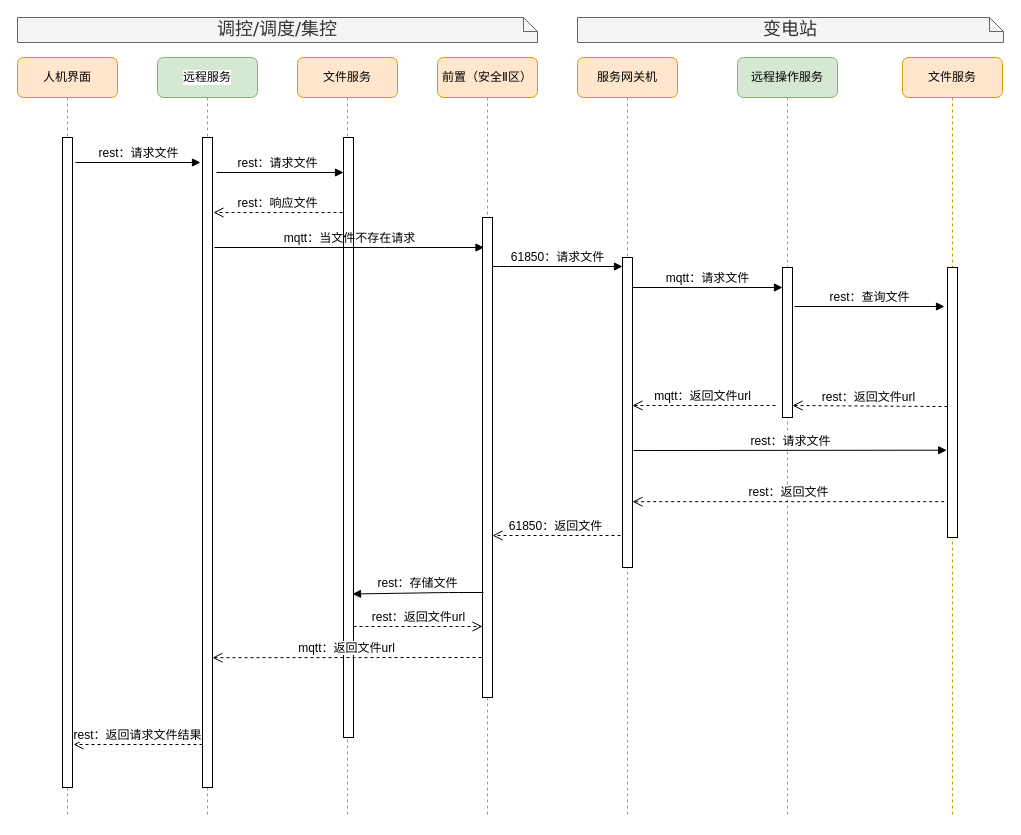
This is page "文件调阅" (3 of 4) of 远程服务.drawio from qwe995272801/taowenxiang, a draw.io file, before an edit. Source tidied: cells renumbered, new cells numbered last; positions are measured from the earlier drawing's top-left corner, leaving out a move shared by most shapes. Both pictures are drawn from the tidied source at 100%, with x=0, y=0 at pixel (17, 17).
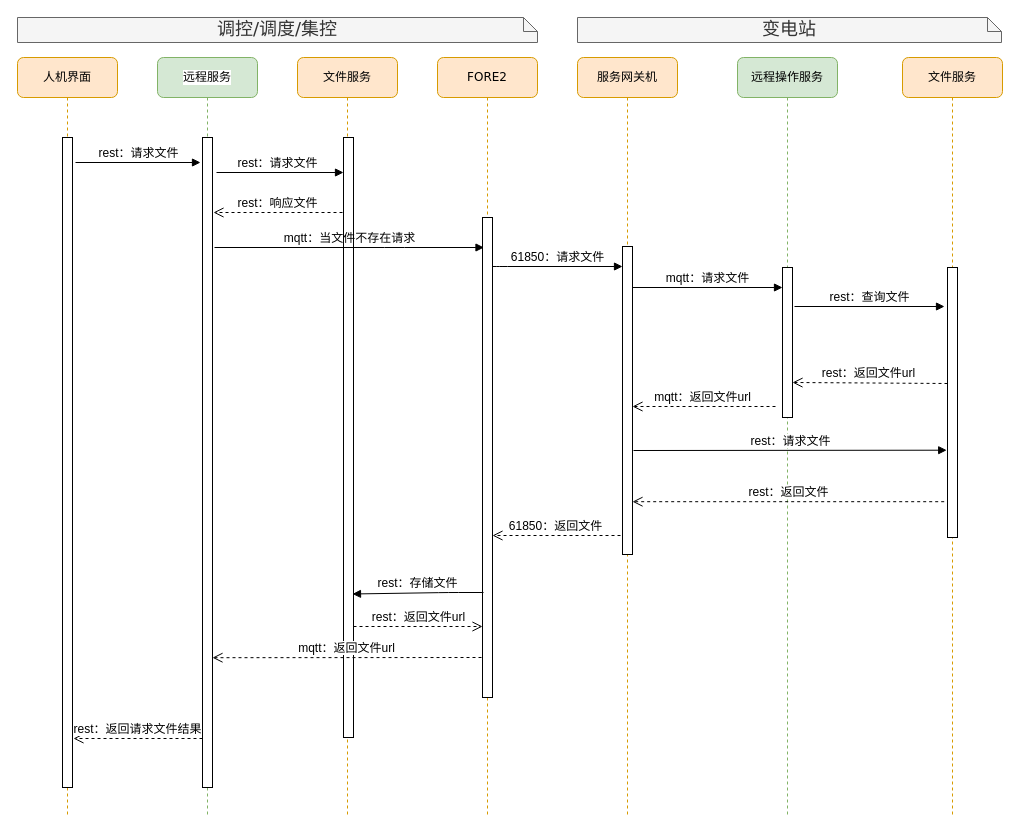
The same diagram, later.

Unchanged cells that the change refers to:
```xml
<mxCell id="10" style="html=1;points=[];perimeter=orthogonalPerimeter;rounded=0;shadow=0;comic=0;labelBackgroundColor=none;strokeWidth=1;fontFamily=Helvetica;fontSize=12;align=center;" parent="9" vertex="1">
  <mxGeometry x="45" y="210" width="10" height="270" as="geometry" />
</mxCell>
```

Diff of the diagram source:
```diff
@@
-    <mxCell id="4" value="前置（安全Ⅱ区）" style="shape=umlLifeline;perimeter=lifelinePerimeter;whiteSpace=wrap;html=1;rounded=1;shadow=0;comic=0;labelBackgroundColor=none;strokeWidth=1;fontFamily=Verdana;fontSize=12;align=center;fillColor=#ffe6cc;strokeColor=#d79b00;" parent="1" vertex="1">
+    <mxCell id="4" value="FORE2" style="shape=umlLifeline;perimeter=lifelinePerimeter;whiteSpace=wrap;html=1;rounded=1;shadow=0;comic=0;labelBackgroundColor=none;strokeWidth=1;fontFamily=Verdana;fontSize=12;align=center;fillColor=#ffe6cc;strokeColor=#d79b00;" parent="1" vertex="1">
       <mxGeometry x="420" y="40" width="100" height="760" as="geometry" />
     </mxCell>
@@
     <mxCell id="13" style="html=1;perimeter=orthogonalPerimeter;rounded=0;shadow=0;comic=0;labelBackgroundColor=none;strokeWidth=1;fontFamily=Helvetica;fontSize=12;align=center;" parent="1" vertex="1">
-      <mxGeometry x="605" y="240" width="10" height="310" as="geometry" />
+      <mxGeometry x="605" y="229" width="10" height="308" as="geometry" />
     </mxCell>
@@
     <mxCell id="17" value="&lt;font style=&quot;font-size: 18px&quot;&gt;变电站&lt;/font&gt;" style="shape=note;whiteSpace=wrap;html=1;size=14;verticalAlign=top;align=center;spacingTop=-6;rounded=0;shadow=0;comic=0;labelBackgroundColor=none;strokeWidth=1;fontFamily=Verdana;fontSize=12;fillColor=#f5f5f5;strokeColor=#666666;fontColor=#333333;" parent="1" vertex="1">
-      <mxGeometry x="560" width="426" height="25" as="geometry" />
+      <mxGeometry x="560" width="424" height="25" as="geometry" />
     </mxCell>
@@
     <mxCell id="26" value="rest：返回请求文件结果" style="html=1;verticalAlign=bottom;endArrow=open;dashed=1;endSize=8;fontFamily=Helvetica;entryX=1.1;entryY=0.98;entryDx=0;entryDy=0;entryPerimeter=0;fontSize=12;" parent="1" edge="1">
       <mxGeometry relative="1" as="geometry">
-        <mxPoint x="185" y="727" as="sourcePoint" />
-        <mxPoint x="56" y="727" as="targetPoint" />
+        <mxPoint x="185" y="721" as="sourcePoint" />
+        <mxPoint x="56" y="721" as="targetPoint" />
       </mxGeometry>
     </mxCell>
@@
     <mxCell id="29" value="mqtt：返回文件url" style="html=1;verticalAlign=bottom;endArrow=open;dashed=1;endSize=8;fontFamily=Helvetica;entryX=1.2;entryY=0.9;entryDx=0;entryDy=0;entryPerimeter=0;fontSize=12;" parent="1" edge="1">
       <mxGeometry x="0.02" relative="1" as="geometry">
-        <mxPoint x="758" y="388" as="sourcePoint" />
-        <mxPoint x="615" y="388" as="targetPoint" />
+        <mxPoint x="758" y="389" as="sourcePoint" />
+        <mxPoint x="615" y="389" as="targetPoint" />
       </mxGeometry>
     </mxCell>
@@
-    <mxCell id="33" value="rest：返回文件url" style="html=1;verticalAlign=bottom;endArrow=open;dashed=1;endSize=8;fontFamily=Helvetica;entryX=1.2;entryY=0.9;entryDx=0;entryDy=0;entryPerimeter=0;fontSize=12;exitX=0;exitY=0.515;exitDx=0;exitDy=0;exitPerimeter=0;" parent="1" edge="1" source="10">
+    <mxCell id="33" value="rest：返回文件url" style="html=1;verticalAlign=bottom;endArrow=open;dashed=1;endSize=8;fontFamily=Helvetica;entryX=1.2;entryY=0.9;entryDx=0;entryDy=0;entryPerimeter=0;fontSize=12;exitX=0;exitY=0.515;exitDx=0;exitDy=0;exitPerimeter=0;" parent="1" edge="1">
       <mxGeometry x="0.02" relative="1" as="geometry">
-        <mxPoint x="775" y="388" as="targetPoint" />
+        <mxPoint x="930" y="366" as="sourcePoint" />
+        <mxPoint x="775" y="365" as="targetPoint" />
       </mxGeometry>
     </mxCell>
```
